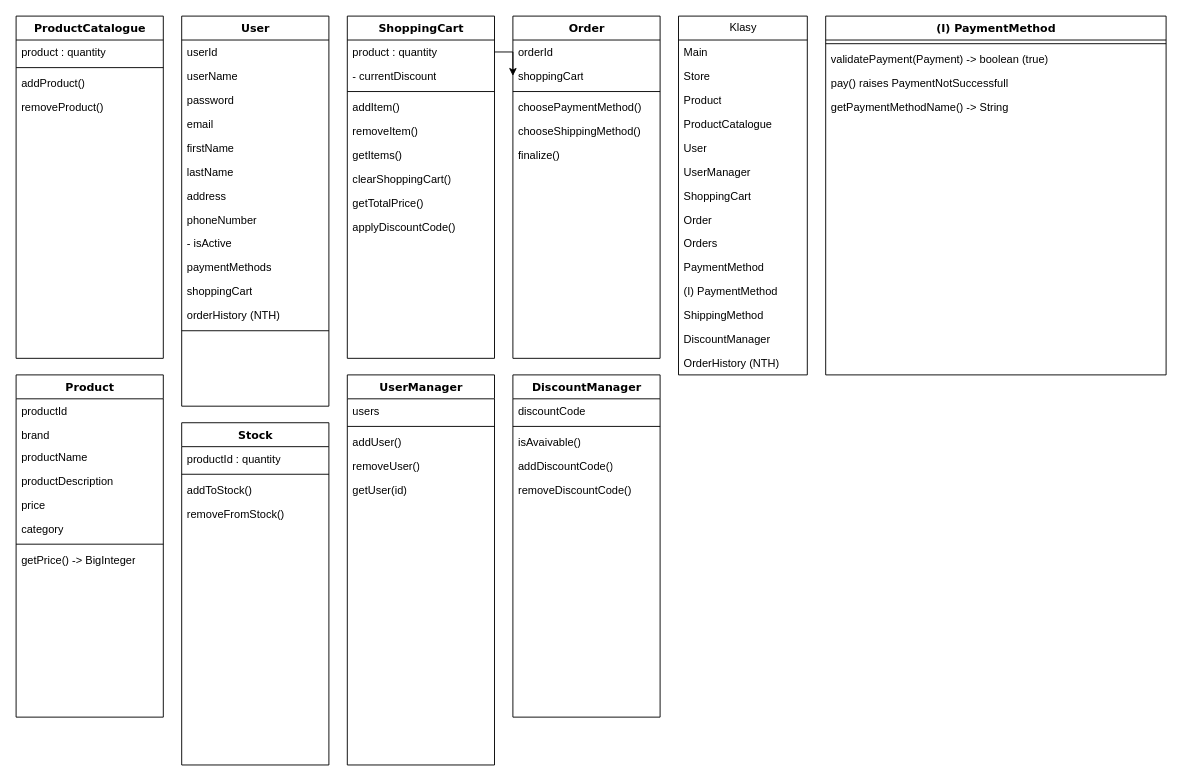
Above: page "Page-1" (1 of 2) of Diagram bez tytułu.drawio in barokimPL/drawIoProjekt (draw.io), before the change. Source tidied: cells renumbered, new cells numbered last; positions are measured from the earlier drawing's top-left corner, leaving out a move shared by most shapes. Both pictures are drawn from the tidied source at 92%, with x=0, y=0 at pixel (16, 16).
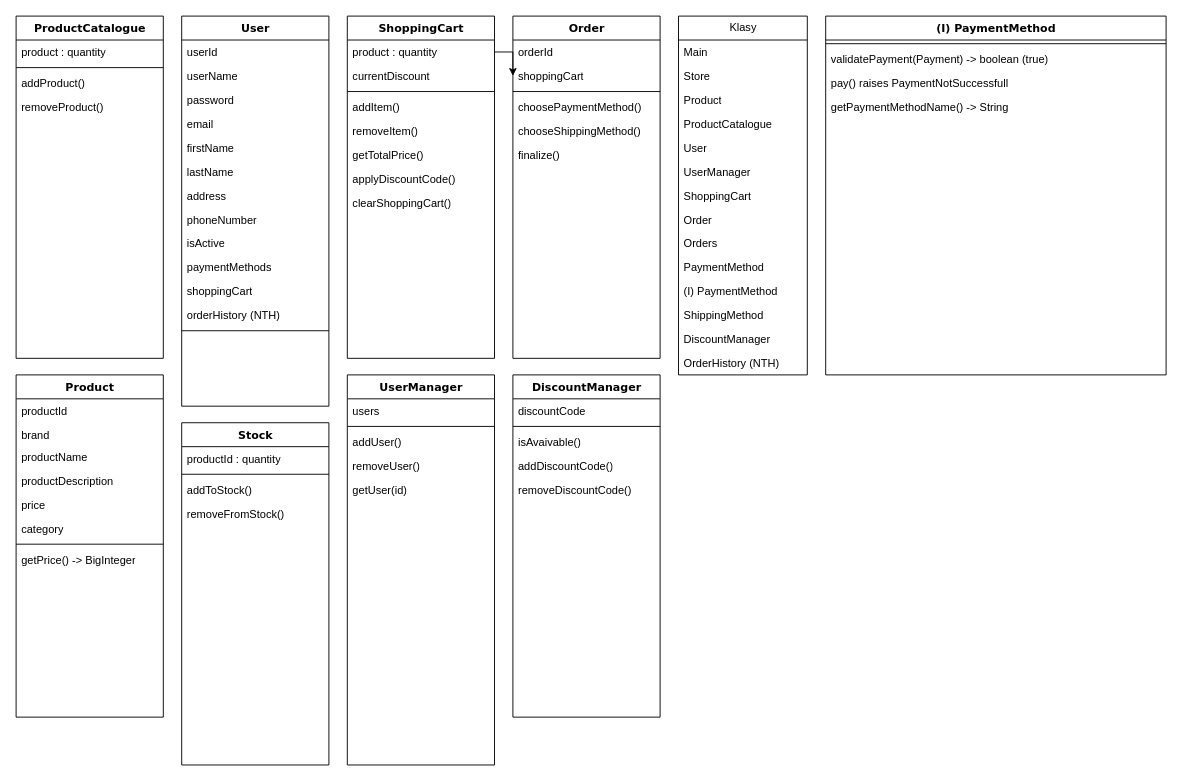
After the change.

The change refers to these unchanged cells:
```xml
<mxCell id="2" value="User" style="swimlane;html=1;fontStyle=1;align=center;verticalAlign=top;horizontal=1;startSize=26;swimlaneFillColor=#ffffff;rounded=0;shadow=0;comic=0;labelBackgroundColor=none;strokeWidth=1;fillColor=none;fontFamily=Verdana;fontSize=12;" parent="1" vertex="1">
  <mxGeometry x="180" width="160" height="424" as="geometry" />
</mxCell>
<mxCell id="50" value="ShoppingCart" style="swimlane;html=1;fontStyle=1;align=center;verticalAlign=top;horizontal=1;startSize=26;swimlaneFillColor=#ffffff;rounded=0;shadow=0;comic=0;labelBackgroundColor=none;strokeWidth=1;fillColor=none;fontFamily=Verdana;fontSize=12;" parent="1" vertex="1">
  <mxGeometry x="360" width="160" height="372" as="geometry" />
</mxCell>
```

Diff of the diagram source:
```diff
@@
-    <mxCell id="11" value="- isActive" style="text;html=1;strokeColor=none;fillColor=none;align=left;verticalAlign=top;spacingLeft=4;spacingRight=4;whiteSpace=wrap;overflow=hidden;" parent="2" vertex="1">
+    <mxCell id="11" value="isActive" style="text;html=1;strokeColor=none;fillColor=none;align=left;verticalAlign=top;spacingLeft=4;spacingRight=4;whiteSpace=wrap;overflow=hidden;" parent="2" vertex="1">
       <mxGeometry y="234" width="160" height="26" as="geometry" />
     </mxCell>
@@
-    <mxCell id="52" value="- currentDiscount" style="text;html=1;strokeColor=none;fillColor=none;align=left;verticalAlign=top;spacingLeft=4;spacingRight=4;whiteSpace=wrap;overflow=hidden;" parent="50" vertex="1">
+    <mxCell id="52" value="currentDiscount" style="text;html=1;strokeColor=none;fillColor=none;align=left;verticalAlign=top;spacingLeft=4;spacingRight=4;whiteSpace=wrap;overflow=hidden;" parent="50" vertex="1">
       <mxGeometry y="52" width="160" height="26" as="geometry" />
     </mxCell>
@@
-    <mxCell id="56" value="getItems()" style="text;html=1;strokeColor=none;fillColor=none;align=left;verticalAlign=top;spacingLeft=4;spacingRight=4;whiteSpace=wrap;overflow=hidden;" parent="50" vertex="1">
-      <mxGeometry y="138" width="160" height="26" as="geometry" />
-    </mxCell>
-    <mxCell id="57" value="clearShoppingCart()" style="text;html=1;strokeColor=none;fillColor=none;align=left;verticalAlign=top;spacingLeft=4;spacingRight=4;whiteSpace=wrap;overflow=hidden;" parent="50" vertex="1">
-      <mxGeometry y="164" width="160" height="26" as="geometry" />
-    </mxCell>
     <mxCell id="58" value="getTotalPrice()" style="text;html=1;strokeColor=none;fillColor=none;align=left;verticalAlign=top;spacingLeft=4;spacingRight=4;whiteSpace=wrap;overflow=hidden;" parent="50" vertex="1">
-      <mxGeometry y="190" width="160" height="26" as="geometry" />
+      <mxGeometry y="138" width="160" height="26" as="geometry" />
     </mxCell>
     <mxCell id="59" value="applyDiscountCode()" style="text;html=1;strokeColor=none;fillColor=none;align=left;verticalAlign=top;spacingLeft=4;spacingRight=4;whiteSpace=wrap;overflow=hidden;" parent="50" vertex="1">
-      <mxGeometry y="216" width="160" height="26" as="geometry" />
+      <mxGeometry y="164" width="160" height="26" as="geometry" />
     </mxCell>
+    <mxCell id="57" value="clearShoppingCart()" style="text;html=1;strokeColor=none;fillColor=none;align=left;verticalAlign=top;spacingLeft=4;spacingRight=4;whiteSpace=wrap;overflow=hidden;" parent="50" vertex="1">
+      <mxGeometry y="190" width="160" height="26" as="geometry" />
+    </mxCell>
```
